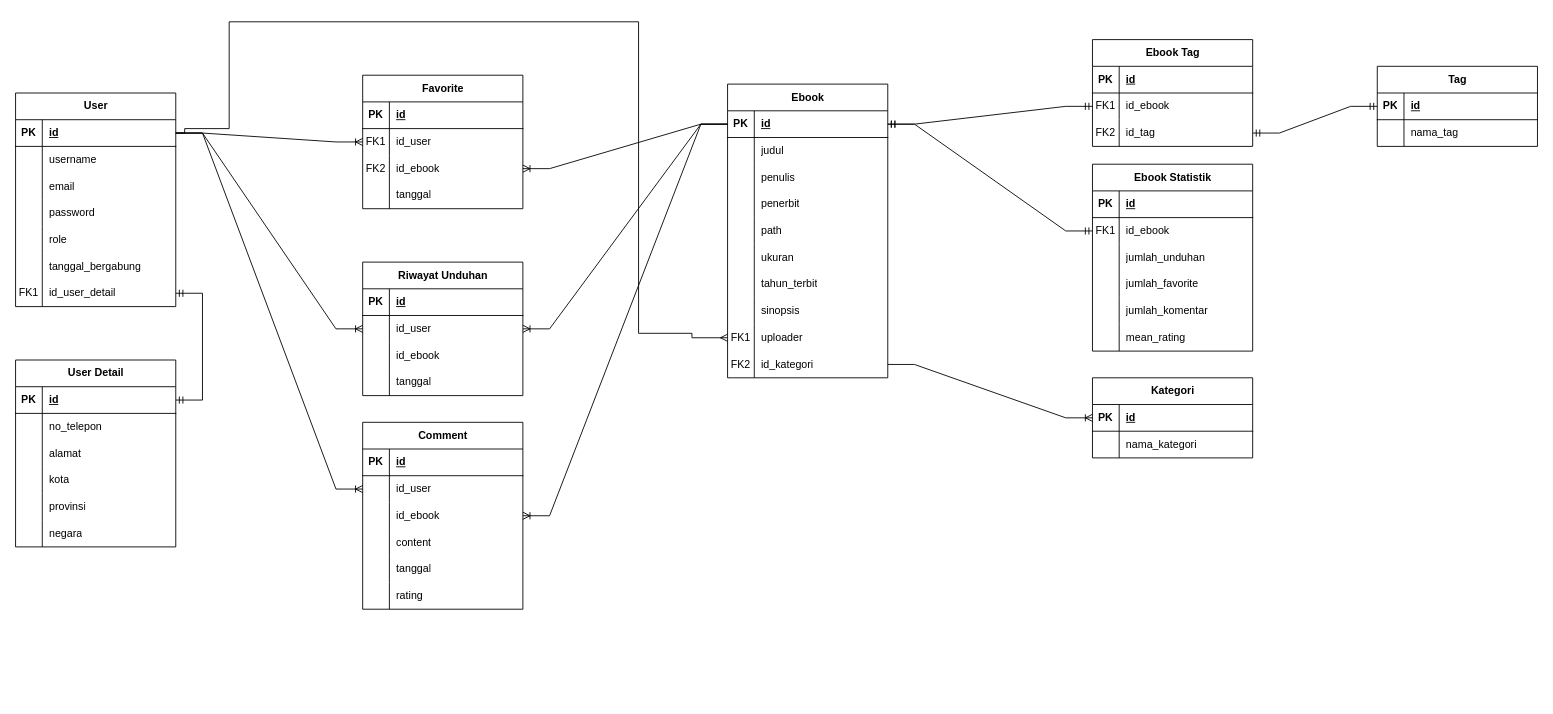
This is ebshare-fix.drawio from zaenal-abidin-syah/diagram, a draw.io file, before an edit. Source tidied: cells renumbered, new cells numbered last; positions are measured from the earlier drawing's top-left corner, leaving out a move shared by most shapes. Both pictures are drawn from the tidied source at 89%, with x=0, y=0 at pixel (15, 21).
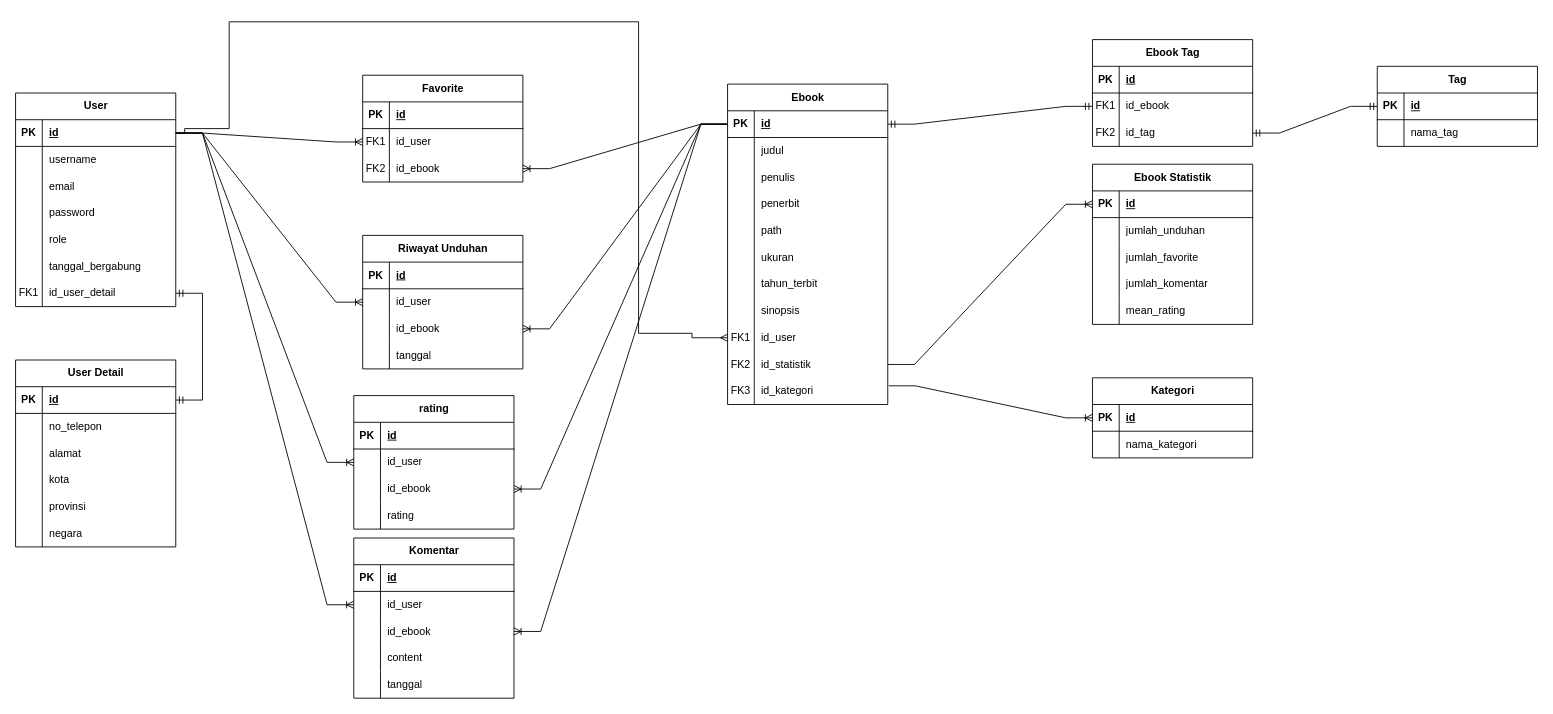
The same page after the edit.

The change refers to these unchanged cells:
```xml
<mxCell id="3" style="shape=tableRow;horizontal=0;startSize=0;swimlaneHead=0;swimlaneBody=0;fillColor=none;points=[[0,0.5],[1,0.5]];portConstraint=eastwest;top=0;left=0;right=0;bottom=1;" parent="2" vertex="1">
  <mxGeometry y="30" width="180" height="30" as="geometry" />
</mxCell>
<mxCell id="27" style="shape=tableRow;horizontal=0;startSize=0;swimlaneHead=0;swimlaneBody=0;fillColor=none;points=[[0,0.5],[1,0.5]];portConstraint=eastwest;top=0;left=0;right=0;bottom=0;" parent="2" vertex="1">
  <mxGeometry y="270" width="180" height="30" as="geometry" />
</mxCell>
<mxCell id="30" style="shape=tableRow;horizontal=0;startSize=0;swimlaneHead=0;swimlaneBody=0;fillColor=none;points=[[0,0.5],[1,0.5]];portConstraint=eastwest;top=0;left=0;right=0;bottom=0;" parent="2" vertex="1">
  <mxGeometry y="300" width="180" height="30" as="geometry" />
</mxCell>
<mxCell id="34" style="shape=tableRow;horizontal=0;startSize=0;swimlaneHead=0;swimlaneBody=0;fillColor=none;points=[[0,0.5],[1,0.5]];portConstraint=eastwest;top=0;left=0;right=0;bottom=1;" parent="33" vertex="1">
  <mxGeometry y="30" width="180" height="30" as="geometry" />
</mxCell>
<mxCell id="71" style="shape=tableRow;horizontal=0;startSize=0;swimlaneHead=0;swimlaneBody=0;fillColor=none;points=[[0,0.5],[1,0.5]];portConstraint=eastwest;top=0;left=0;right=0;bottom=1;" parent="70" vertex="1">
  <mxGeometry y="30" width="180" height="30" as="geometry" />
</mxCell>
<mxCell id="90" style="shape=tableRow;horizontal=0;startSize=0;swimlaneHead=0;swimlaneBody=0;fillColor=none;points=[[0,0.5],[1,0.5]];portConstraint=eastwest;top=0;left=0;right=0;bottom=1;" parent="89" vertex="1">
  <mxGeometry y="30" width="180" height="30" as="geometry" />
</mxCell>
<mxCell id="134" style="shape=tableRow;horizontal=0;startSize=0;swimlaneHead=0;swimlaneBody=0;fillColor=none;points=[[0,0.5],[1,0.5]];portConstraint=eastwest;top=0;left=0;right=0;bottom=0;" parent="130" vertex="1">
  <mxGeometry y="60" width="180" height="30" as="geometry" />
</mxCell>
<mxCell id="137" style="shape=tableRow;horizontal=0;startSize=0;swimlaneHead=0;swimlaneBody=0;fillColor=none;points=[[0,0.5],[1,0.5]];portConstraint=eastwest;top=0;left=0;right=0;bottom=0;" parent="130" vertex="1">
  <mxGeometry y="90" width="180" height="30" as="geometry" />
</mxCell>
```

Diff of the diagram source:
```diff
@@
     <mxCell id="2" value="Ebook" style="shape=table;startSize=30;childLayout=tableLayout;rowLines=0;fontStyle=1;align=center;html=1;" parent="1" vertex="1">
-      <mxGeometry x="800" y="70" width="180" height="330" as="geometry" />
+      <mxGeometry x="800" y="70" width="180" height="360" as="geometry" />
     </mxCell>
@@
-    <mxCell id="29" value="uploader" style="shape=partialRectangle;fillColor=none;top=0;left=0;bottom=0;right=0;align=left;spacingLeft=6;overflow=hidden;whiteSpace=wrap;html=1;" parent="27" vertex="1">
+    <mxCell id="29" value="id_user" style="shape=partialRectangle;fillColor=none;top=0;left=0;bottom=0;right=0;align=left;spacingLeft=6;overflow=hidden;whiteSpace=wrap;html=1;" parent="27" vertex="1">
       <mxGeometry x="30" width="150" height="30" as="geometry" />
     </mxCell>
@@
-    <mxCell id="32" value="id_kategori" style="shape=partialRectangle;fillColor=none;top=0;left=0;bottom=0;right=0;align=left;spacingLeft=6;overflow=hidden;whiteSpace=wrap;html=1;" parent="30" vertex="1">
+    <mxCell id="32" value="id_statistik" style="shape=partialRectangle;fillColor=none;top=0;left=0;bottom=0;right=0;align=left;spacingLeft=6;overflow=hidden;whiteSpace=wrap;html=1;" parent="30" vertex="1">
       <mxGeometry x="30" width="150" height="30" as="geometry" />
     </mxCell>
+    <mxCell id="174" style="shape=tableRow;horizontal=0;startSize=0;swimlaneHead=0;swimlaneBody=0;fillColor=none;points=[[0,0.5],[1,0.5]];portConstraint=eastwest;top=0;left=0;right=0;bottom=0;" parent="2" vertex="1">
+      <mxGeometry y="330" width="180" height="30" as="geometry" />
+    </mxCell>
+    <mxCell id="175" value="FK3" style="shape=partialRectangle;fillColor=none;top=0;left=0;bottom=0;right=0;overflow=hidden;whiteSpace=wrap;html=1;" parent="174" vertex="1">
+      <mxGeometry width="30" height="30" as="geometry" />
+    </mxCell>
+    <mxCell id="176" value="id_kategori" style="shape=partialRectangle;fillColor=none;top=0;left=0;bottom=0;right=0;align=left;spacingLeft=6;overflow=hidden;whiteSpace=wrap;html=1;" parent="174" vertex="1">
+      <mxGeometry x="30" width="150" height="30" as="geometry" />
+    </mxCell>
@@
     <mxCell id="57" value="Favorite" style="shape=table;startSize=30;childLayout=tableLayout;rowLines=0;fontStyle=1;align=center;html=1;" parent="1" vertex="1">
-      <mxGeometry x="390" y="60" width="180" height="150" as="geometry" />
+      <mxGeometry x="390" y="60" width="180" height="120" as="geometry" />
     </mxCell>
@@
-    <mxCell id="67" style="shape=tableRow;horizontal=0;startSize=0;swimlaneHead=0;swimlaneBody=0;fillColor=none;top=0;left=0;right=0;bottom=0;" parent="57" vertex="1">
-      <mxGeometry y="120" width="180" height="30" as="geometry" />
-    </mxCell>
-    <mxCell id="68" style="shape=partialRectangle;fillColor=none;top=0;left=0;bottom=0;right=0;overflow=hidden;whiteSpace=wrap;html=1;" parent="67" vertex="1">
-      <mxGeometry width="30" height="30" as="geometry" />
-    </mxCell>
-    <mxCell id="69" value="tanggal" style="shape=partialRectangle;fillColor=none;top=0;left=0;bottom=0;right=0;align=left;spacingLeft=6;overflow=hidden;whiteSpace=wrap;html=1;" parent="67" vertex="1">
-      <mxGeometry x="30" width="150" height="30" as="geometry" />
-    </mxCell>
     <mxCell id="70" value="Ebook Statistik" style="shape=table;startSize=30;childLayout=tableLayout;rowLines=0;fontStyle=1;align=center;html=1;" parent="1" vertex="1">
-      <mxGeometry x="1210" y="160" width="180" height="210" as="geometry" />
+      <mxGeometry x="1210" y="160" width="180" height="180" as="geometry" />
     </mxCell>
@@
-    <mxCell id="74" style="shape=tableRow;horizontal=0;startSize=0;swimlaneHead=0;swimlaneBody=0;fillColor=none;points=[[0,0.5],[1,0.5]];portConstraint=eastwest;top=0;left=0;right=0;bottom=0;" parent="70" vertex="1">
-      <mxGeometry y="60" width="180" height="30" as="geometry" />
-    </mxCell>
-    <mxCell id="75" value="FK1" style="shape=partialRectangle;fillColor=none;top=0;left=0;bottom=0;right=0;overflow=hidden;whiteSpace=wrap;html=1;" parent="74" vertex="1">
-      <mxGeometry width="30" height="30" as="geometry" />
-    </mxCell>
-    <mxCell id="76" value="id_ebook" style="shape=partialRectangle;fillColor=none;top=0;left=0;bottom=0;right=0;align=left;spacingLeft=6;overflow=hidden;whiteSpace=wrap;html=1;" parent="74" vertex="1">
-      <mxGeometry x="30" width="150" height="30" as="geometry" />
-    </mxCell>
     <mxCell id="77" style="shape=tableRow;horizontal=0;startSize=0;swimlaneHead=0;swimlaneBody=0;fillColor=none;top=0;left=0;right=0;bottom=0;" parent="70" vertex="1">
-      <mxGeometry y="90" width="180" height="30" as="geometry" />
+      <mxGeometry y="60" width="180" height="30" as="geometry" />
     </mxCell>
@@
     <mxCell id="80" style="shape=tableRow;horizontal=0;startSize=0;swimlaneHead=0;swimlaneBody=0;fillColor=none;top=0;left=0;right=0;bottom=0;" parent="70" vertex="1">
-      <mxGeometry y="120" width="180" height="30" as="geometry" />
+      <mxGeometry y="90" width="180" height="30" as="geometry" />
     </mxCell>
@@
     <mxCell id="83" style="shape=tableRow;horizontal=0;startSize=0;swimlaneHead=0;swimlaneBody=0;fillColor=none;top=0;left=0;right=0;bottom=0;" parent="70" vertex="1">
-      <mxGeometry y="150" width="180" height="30" as="geometry" />
+      <mxGeometry y="120" width="180" height="30" as="geometry" />
     </mxCell>
@@
     <mxCell id="86" style="shape=tableRow;horizontal=0;startSize=0;swimlaneHead=0;swimlaneBody=0;fillColor=none;top=0;left=0;right=0;bottom=0;" parent="70" vertex="1">
-      <mxGeometry y="180" width="180" height="30" as="geometry" />
+      <mxGeometry y="150" width="180" height="30" as="geometry" />
     </mxCell>
@@
     <mxCell id="130" value="Riwayat Unduhan" style="shape=table;startSize=30;childLayout=tableLayout;rowLines=0;fontStyle=1;align=center;html=1;" parent="1" vertex="1">
-      <mxGeometry x="390" y="270" width="180" height="150" as="geometry" />
+      <mxGeometry x="390" y="240" width="180" height="150" as="geometry" />
     </mxCell>
@@
-    <mxCell id="143" value="Comment" style="shape=table;startSize=30;childLayout=tableLayout;rowLines=0;fontStyle=1;align=center;html=1;" parent="1" vertex="1">
-      <mxGeometry x="390" y="450" width="180" height="210" as="geometry" />
+    <mxCell id="143" value="Komentar" style="shape=table;startSize=30;childLayout=tableLayout;rowLines=0;fontStyle=1;align=center;html=1;" parent="1" vertex="1">
+      <mxGeometry x="380" y="580" width="180" height="180" as="geometry" />
     </mxCell>
@@
-    <mxCell id="159" style="shape=tableRow;horizontal=0;startSize=0;swimlaneHead=0;swimlaneBody=0;fillColor=none;top=0;left=0;right=0;bottom=0;" parent="143" vertex="1">
-      <mxGeometry y="180" width="180" height="30" as="geometry" />
-    </mxCell>
-    <mxCell id="160" style="shape=partialRectangle;fillColor=none;top=0;left=0;bottom=0;right=0;overflow=hidden;whiteSpace=wrap;html=1;" parent="159" vertex="1">
-      <mxGeometry width="30" height="30" as="geometry" />
-    </mxCell>
-    <mxCell id="161" value="rating" style="shape=partialRectangle;fillColor=none;top=0;left=0;bottom=0;right=0;align=left;spacingLeft=6;overflow=hidden;whiteSpace=wrap;html=1;" parent="159" vertex="1">
-      <mxGeometry x="30" width="150" height="30" as="geometry" />
-    </mxCell>
-    <mxCell id="162" style="edgeStyle=entityRelationEdgeStyle;fontSize=12;html=1;endArrow=ERoneToMany;rounded=0;entryX=0;entryY=0.5;entryDx=0;entryDy=0;exitX=1;exitY=0.5;exitDx=0;exitDy=0;" parent="1" edge="1" source="30" target="34">
+    <mxCell id="162" style="edgeStyle=entityRelationEdgeStyle;fontSize=12;html=1;endArrow=ERoneToMany;rounded=0;entryX=0;entryY=0.5;entryDx=0;entryDy=0;exitX=1.006;exitY=0.3;exitDx=0;exitDy=0;exitPerimeter=0;" parent="1" edge="1" source="174" target="34">
       <mxGeometry relative="1" as="geometry" />
     </mxCell>
@@
-    <mxCell id="165" style="edgeStyle=entityRelationEdgeStyle;fontSize=12;html=1;endArrow=ERmandOne;startArrow=ERmandOne;rounded=0;entryX=1;entryY=0.5;entryDx=0;entryDy=0;" parent="1" edge="1" source="74" target="3">
-      <mxGeometry relative="1" as="geometry">
-        <Array as="points">
-          <mxPoint x="630" y="340" />
-          <mxPoint x="620" y="360" />
-        </Array>
-      </mxGeometry>
-    </mxCell>
@@
-    <mxCell id="168" style="edgeStyle=entityRelationEdgeStyle;fontSize=12;html=1;endArrow=ERoneToMany;rounded=0;entryX=1;entryY=0.5;entryDx=0;entryDy=0;exitX=0;exitY=0.5;exitDx=0;exitDy=0;" parent="1" edge="1" source="3" target="134">
+    <mxCell id="168" style="edgeStyle=entityRelationEdgeStyle;fontSize=12;html=1;endArrow=ERoneToMany;rounded=0;exitX=0;exitY=0.5;exitDx=0;exitDy=0;entryX=1;entryY=0.5;entryDx=0;entryDy=0;" parent="1" edge="1" source="3" target="137">
       <mxGeometry relative="1" as="geometry">
         <Array as="points">
           <mxPoint x="400" y="750" />
           <mxPoint x="410" y="660" />
         </Array>
       </mxGeometry>
     </mxCell>
@@
+    <mxCell id="177" style="edgeStyle=entityRelationEdgeStyle;fontSize=12;html=1;endArrow=ERoneToMany;rounded=0;entryX=0;entryY=0.5;entryDx=0;entryDy=0;exitX=1;exitY=0.5;exitDx=0;exitDy=0;" parent="1" edge="1" source="30" target="71">
+      <mxGeometry relative="1" as="geometry" />
+    </mxCell>
+    <mxCell id="178" value="rating" style="shape=table;startSize=30;childLayout=tableLayout;rowLines=0;fontStyle=1;align=center;html=1;" parent="1" vertex="1">
+      <mxGeometry x="380" y="420" width="180" height="150" as="geometry" />
+    </mxCell>
+    <mxCell id="179" style="shape=tableRow;horizontal=0;startSize=0;swimlaneHead=0;swimlaneBody=0;fillColor=none;top=0;left=0;right=0;bottom=1;" parent="178" vertex="1">
+      <mxGeometry y="30" width="180" height="30" as="geometry" />
+    </mxCell>
+    <mxCell id="180" value="PK" style="shape=partialRectangle;fillColor=none;top=0;left=0;bottom=0;right=0;fontStyle=1;overflow=hidden;whiteSpace=wrap;html=1;" parent="179" vertex="1">
+      <mxGeometry width="30" height="30" as="geometry" />
+    </mxCell>
+    <mxCell id="181" value="id" style="shape=partialRectangle;fillColor=none;top=0;left=0;bottom=0;right=0;align=left;spacingLeft=6;fontStyle=5;overflow=hidden;whiteSpace=wrap;html=1;" parent="179" vertex="1">
+      <mxGeometry x="30" width="150" height="30" as="geometry" />
+    </mxCell>
+    <mxCell id="74" style="shape=tableRow;horizontal=0;startSize=0;swimlaneHead=0;swimlaneBody=0;fillColor=none;points=[[0,0.5],[1,0.5]];portConstraint=eastwest;top=0;left=0;right=0;bottom=0;" parent="178" vertex="1">
+      <mxGeometry y="60" width="180" height="30" as="geometry" />
+    </mxCell>
+    <mxCell id="182" style="shape=partialRectangle;fillColor=none;top=0;left=0;bottom=0;right=0;overflow=hidden;whiteSpace=wrap;html=1;" parent="74" vertex="1">
+      <mxGeometry width="30" height="30" as="geometry" />
+    </mxCell>
+    <mxCell id="183" value="id_user" style="shape=partialRectangle;fillColor=none;top=0;left=0;bottom=0;right=0;align=left;spacingLeft=6;overflow=hidden;whiteSpace=wrap;html=1;" parent="74" vertex="1">
+      <mxGeometry x="30" width="150" height="30" as="geometry" />
+    </mxCell>
+    <mxCell id="184" style="shape=tableRow;horizontal=0;startSize=0;swimlaneHead=0;swimlaneBody=0;fillColor=none;points=[[0,0.5],[1,0.5]];portConstraint=eastwest;top=0;left=0;right=0;bottom=0;" parent="178" vertex="1">
+      <mxGeometry y="90" width="180" height="30" as="geometry" />
+    </mxCell>
+    <mxCell id="185" style="shape=partialRectangle;fillColor=none;top=0;left=0;bottom=0;right=0;overflow=hidden;whiteSpace=wrap;html=1;" parent="184" vertex="1">
+      <mxGeometry width="30" height="30" as="geometry" />
+    </mxCell>
+    <mxCell id="76" value="id_ebook" style="shape=partialRectangle;fillColor=none;top=0;left=0;bottom=0;right=0;align=left;spacingLeft=6;overflow=hidden;whiteSpace=wrap;html=1;" parent="184" vertex="1">
+      <mxGeometry x="30" width="150" height="30" as="geometry" />
+    </mxCell>
+    <mxCell id="67" style="shape=tableRow;horizontal=0;startSize=0;swimlaneHead=0;swimlaneBody=0;fillColor=none;top=0;left=0;right=0;bottom=0;" parent="178" vertex="1">
+      <mxGeometry y="120" width="180" height="30" as="geometry" />
+    </mxCell>
+    <mxCell id="186" style="shape=partialRectangle;fillColor=none;top=0;left=0;bottom=0;right=0;overflow=hidden;whiteSpace=wrap;html=1;" parent="67" vertex="1">
+      <mxGeometry width="30" height="30" as="geometry" />
+    </mxCell>
+    <mxCell id="161" value="rating" style="shape=partialRectangle;fillColor=none;top=0;left=0;bottom=0;right=0;align=left;spacingLeft=6;overflow=hidden;whiteSpace=wrap;html=1;" parent="67" vertex="1">
+      <mxGeometry x="30" width="150" height="30" as="geometry" />
+    </mxCell>
+    <mxCell id="187" style="edgeStyle=entityRelationEdgeStyle;fontSize=12;html=1;endArrow=ERoneToMany;rounded=0;exitX=1;exitY=0.5;exitDx=0;exitDy=0;entryX=0;entryY=0.5;entryDx=0;entryDy=0;" parent="1" edge="1" source="90" target="74">
+      <mxGeometry relative="1" as="geometry" />
+    </mxCell>
+    <mxCell id="188" style="edgeStyle=entityRelationEdgeStyle;fontSize=12;html=1;endArrow=ERoneToMany;rounded=0;entryX=1;entryY=0.5;entryDx=0;entryDy=0;exitX=0;exitY=0.5;exitDx=0;exitDy=0;" parent="1" edge="1" source="3" target="184">
+      <mxGeometry relative="1" as="geometry">
+        <Array as="points">
+          <mxPoint x="390" y="905" />
+          <mxPoint x="400" y="815" />
+        </Array>
+      </mxGeometry>
+    </mxCell>
```
